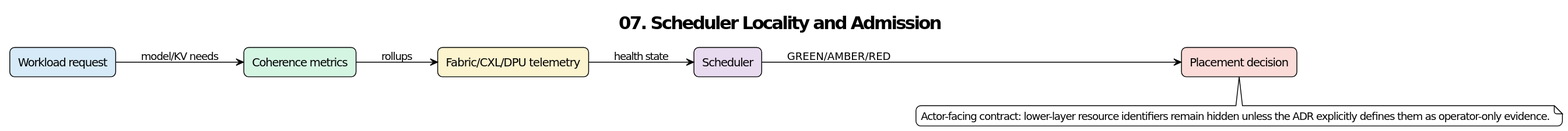
yukon-systems/StorOps__Project_Coherent_Storage keeps this PlantUML diagram as diagrams/adr/ADR-007_Inference_Scheduler_Locality_and_Admission_Control.svg. Above is the earlier version.
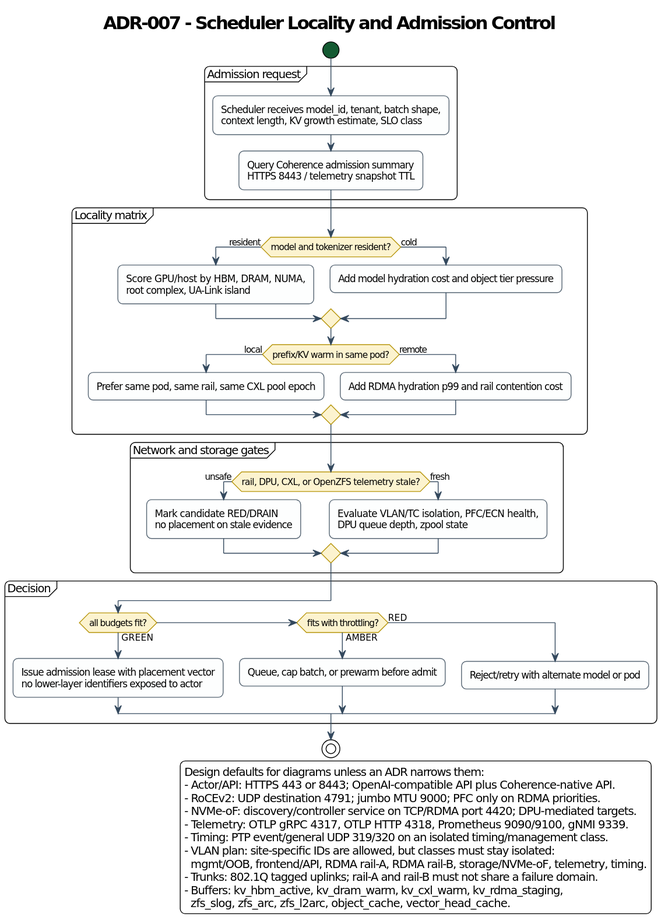
After the commit.

The edit, as a diff of the source:
```diff
@@ -1,23 +1,69 @@
 @startuml
 !theme plain
-title 07. Scheduler Locality and Admission
 skinparam shadowing false
 skinparam roundcorner 12
 skinparam defaultFontName DejaVu Sans
-left to right direction
+skinparam ArrowColor #34495E
+skinparam activity {
+  BackgroundColor #FDFEFE
+  BorderColor #566573
+  DiamondBackgroundColor #FCF3CF
+  DiamondBorderColor #B7950B
+  StartColor #145A32
+  EndColor #922B21
+}
+skinparam note {
+  BackgroundColor #FEF9E7
+  BorderColor #B7950B
+}
+title ADR-007 - Scheduler Locality and Admission Control
 
-rectangle "Workload request" as N1 #D6EAF8
-rectangle "Coherence metrics" as N2 #D5F5E3
-rectangle "Fabric/CXL/DPU telemetry" as N3 #FCF3CF
-rectangle "Scheduler" as N4 #E8DAEF
-rectangle "Placement decision" as N5 #FADBD8
+legend right
+Design defaults for diagrams unless an ADR narrows them:
+- Actor/API: HTTPS 443 or 8443; OpenAI-compatible API plus Coherence-native API.
+- RoCEv2: UDP destination 4791; jumbo MTU 9000; PFC only on RDMA priorities.
+- NVMe-oF: discovery/controller service on TCP/RDMA port 4420; DPU-mediated targets.
+- Telemetry: OTLP gRPC 4317, OTLP HTTP 4318, Prometheus 9090/9100, gNMI 9339.
+- Timing: PTP event/general UDP 319/320 on an isolated timing/management class.
+- VLAN plan: site-specific IDs are allowed, but classes must stay isolated:
+  mgmt/OOB, frontend/API, RDMA rail-A, RDMA rail-B, storage/NVMe-oF, telemetry, timing.
+- Trunks: 802.1Q tagged uplinks; rail-A and rail-B must not share a failure domain.
+- Buffers: kv_hbm_active, kv_dram_warm, kv_cxl_warm, kv_rdma_staging,
+  zfs_slog, zfs_arc, zfs_l2arc, object_cache, vector_head_cache.
+endlegend
 
-N1 --> N2 : model/KV needs
-N2 --> N3 : rollups
-N3 --> N4 : health state
-N4 --> N5 : GREEN/AMBER/RED
-
-note bottom
-Actor-facing contract: lower-layer resource identifiers remain hidden unless the ADR explicitly defines them as operator-only evidence.
-end note
+start
+partition "Admission request" {
+  :Scheduler receives model_id, tenant, batch shape,\ncontext length, KV growth estimate, SLO class;
+  :Query Coherence admission summary\nHTTPS 8443 / telemetry snapshot TTL;
+}
+partition "Locality matrix" {
+  if (model and tokenizer resident?) then (resident)
+    :Score GPU/host by HBM, DRAM, NUMA,\nroot complex, UA-Link island;
+  else (cold)
+    :Add model hydration cost and object tier pressure;
+  endif
+  if (prefix/KV warm in same pod?) then (local)
+    :Prefer same pod, same rail, same CXL pool epoch;
+  else (remote)
+    :Add RDMA hydration p99 and rail contention cost;
+  endif
+}
+partition "Network and storage gates" {
+  if (rail, DPU, CXL, or OpenZFS telemetry stale?) then (unsafe)
+    :Mark candidate RED/DRAIN\nno placement on stale evidence;
+  else (fresh)
+    :Evaluate VLAN/TC isolation, PFC/ECN health,\nDPU queue depth, zpool state;
+  endif
+}
+partition "Decision" {
+  if (all budgets fit?) then (GREEN)
+    :Issue admission lease with placement vector\nno lower-layer identifiers exposed to actor;
+  elseif (fits with throttling?) then (AMBER)
+    :Queue, cap batch, or prewarm before admit;
+  else (RED)
+    :Reject/retry with alternate model or pod;
+  endif
+}
+stop
 @enduml
```
